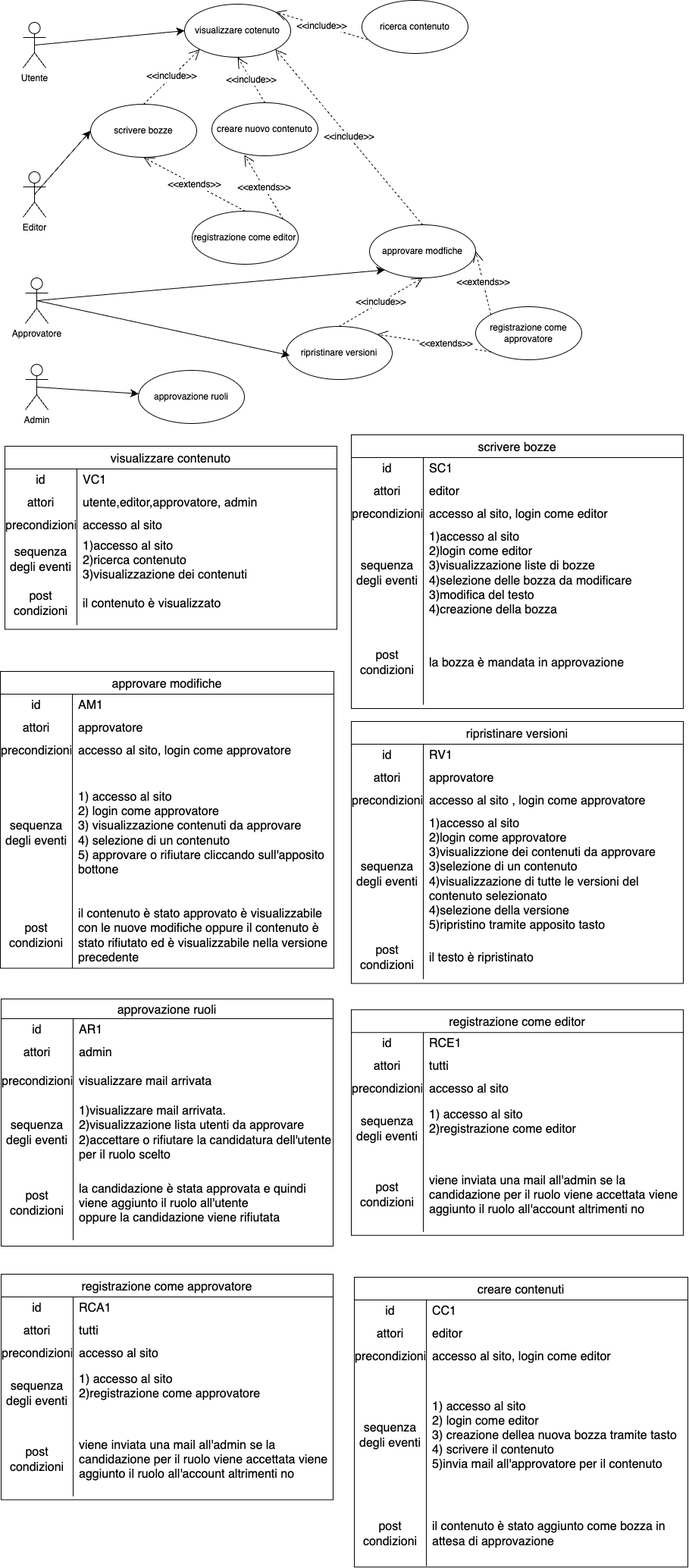
Above: assets/schemas/Casi d'uso.drawio.png in AngeloRipamonti/5C_WikiStudenti_DiDonnaKotisRipamontiTacconi (draw.io), before the change. Source tidied: cells renumbered, new cells last; positions are measured from the earlier drawing's top-left corner, leaving out a move shared by most shapes.
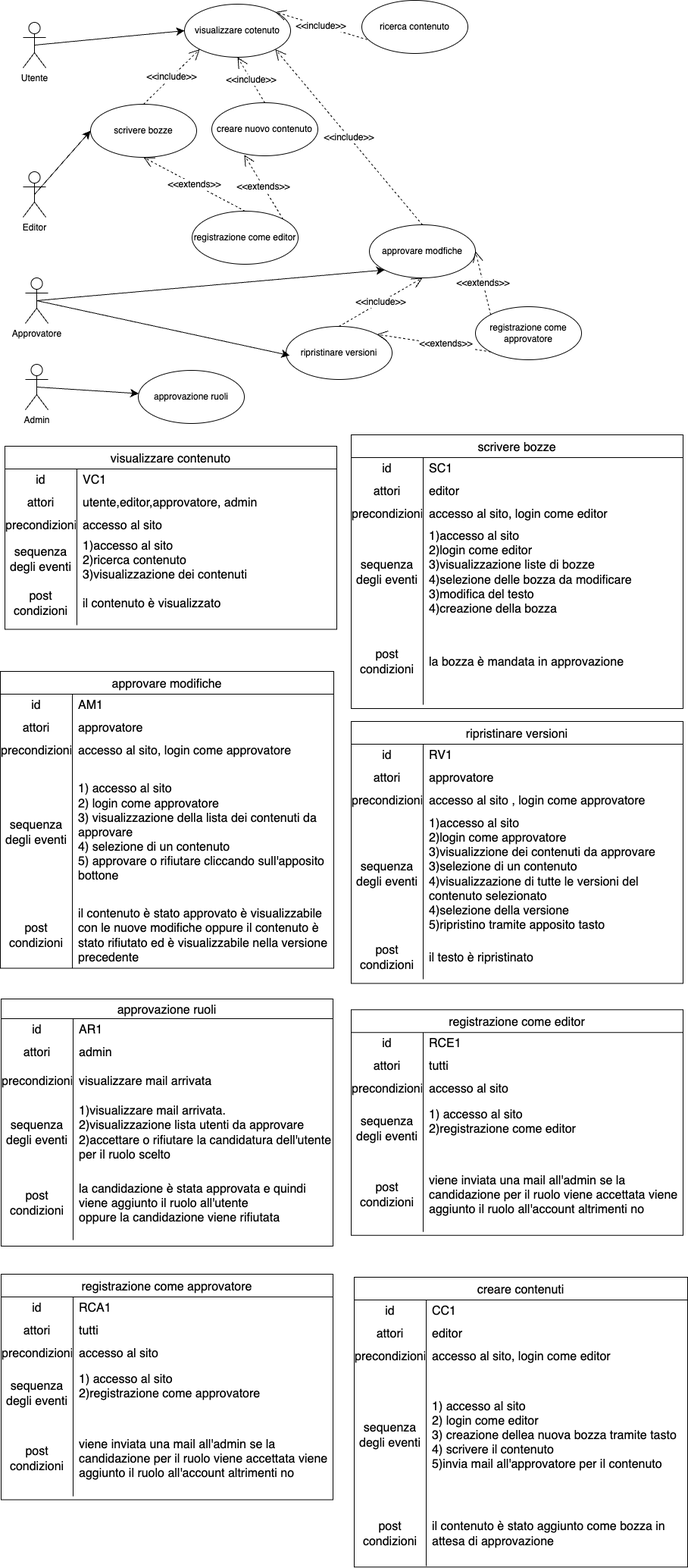
After the change.

Commit message:
FINISHIED USE CASE

Diff of the diagram source:
```diff
@@ -185,7 +185,7 @@
     <mxCell id="62" value="sequenza degli eventi" style="shape=partialRectangle;html=1;whiteSpace=wrap;fillColor=none;top=0;left=0;bottom=0;right=0;overflow=hidden;strokeColor=inherit;fontSize=16;" parent="61" vertex="1">
       <mxGeometry width="95" height="187" as="geometry" />
     </mxCell>
-    <mxCell id="63" value="1) accesso al sito&lt;div&gt;2) login come approvatore&lt;/div&gt;&lt;div&gt;3) visualizzazione contenuti da approvare&lt;/div&gt;&lt;div&gt;4) selezione di un contenuto&lt;/div&gt;&lt;div&gt;5) approvare o rifiutare cliccando sull'apposito bottone&lt;/div&gt;" style="shape=partialRectangle;html=1;whiteSpace=wrap;fillColor=none;top=0;left=0;bottom=0;right=0;align=left;spacingLeft=6;overflow=hidden;strokeColor=inherit;fontSize=16;" parent="61" vertex="1">
+    <mxCell id="63" value="1) accesso al sito&lt;div&gt;2) login come approvatore&lt;/div&gt;&lt;div&gt;3) visualizzazione della lista dei contenuti da approvare&lt;/div&gt;&lt;div&gt;4) selezione di un contenuto&lt;/div&gt;&lt;div&gt;5) approvare o rifiutare cliccando sull'apposito bottone&lt;/div&gt;" style="shape=partialRectangle;html=1;whiteSpace=wrap;fillColor=none;top=0;left=0;bottom=0;right=0;align=left;spacingLeft=6;overflow=hidden;strokeColor=inherit;fontSize=16;" parent="61" vertex="1">
       <mxGeometry x="95" width="345" height="187" as="geometry" />
     </mxCell>
     <mxCell id="64" style="shape=tableRow;horizontal=0;startSize=0;swimlaneHead=0;swimlaneBody=0;top=0;left=0;bottom=0;right=0;fillColor=none;strokeColor=inherit;fontSize=16;" parent="51" vertex="1">
```
